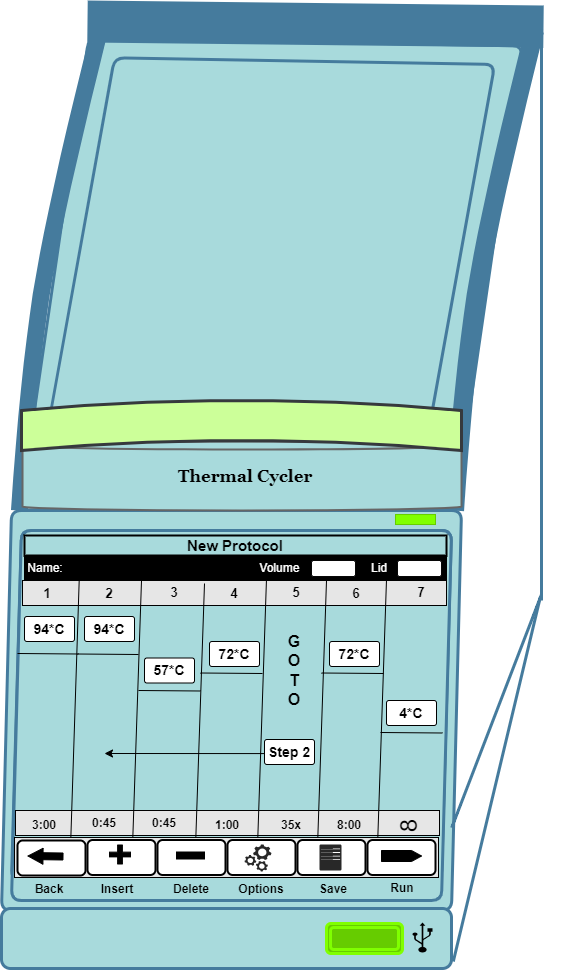
Above: experiment/simulation/images/pcr-machine.png in virtual-labs/exp-dna-pcr-iitkgp (draw.io), before the change. Source tidied: cells renumbered, new cells last; positions are measured from the earlier drawing's top-left corner, leaving out a move shared by most shapes.
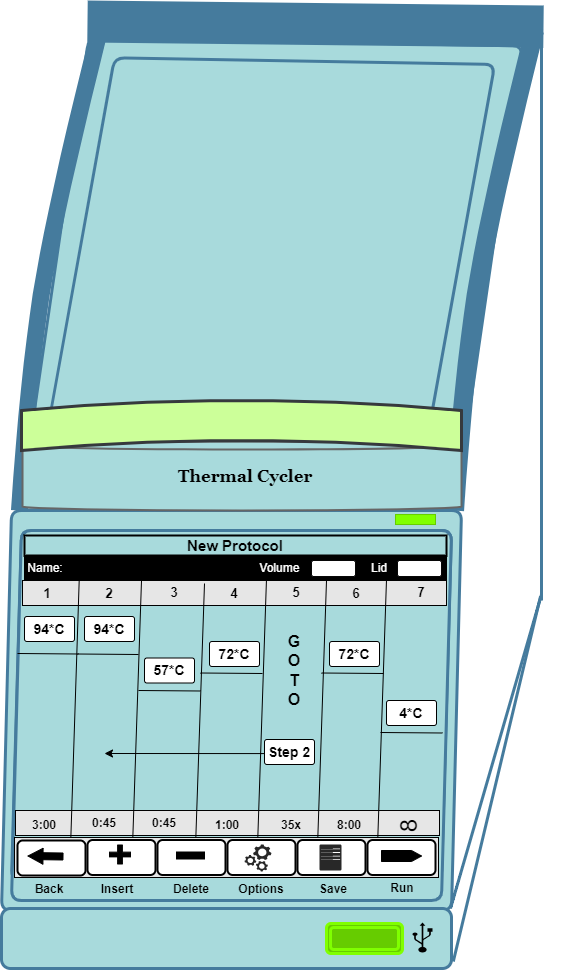
Later version of the same file.

Change to the diagram source:
```diff
@@ -48,9 +48,8 @@
     <mxCell id="9" style="shape=parallelogram;perimeter=parallelogramPerimeter;whiteSpace=wrap;html=1;fixedSize=1;size=10;strokeWidth=3;fillColor=#A8DADC;strokeColor=#457B9D;fontColor=#1D3557;rounded=1;" parent="1" vertex="1">
       <mxGeometry y="489" width="460" height="400" as="geometry" />
     </mxCell>
-    <mxCell id="10" style="endArrow=none;html=1;exitX=1;exitY=1;exitDx=0;exitDy=0;strokeWidth=3;labelBackgroundColor=#F1FAEE;strokeColor=#457B9D;fontColor=#1D3557;rounded=1;curved=1;" parent="1" edge="1">
+    <mxCell id="10" style="endArrow=none;html=1;exitX=0.976;exitY=0.995;exitDx=0;exitDy=0;strokeWidth=3;labelBackgroundColor=#F1FAEE;strokeColor=#457B9D;fontColor=#1D3557;rounded=1;curved=1;exitPerimeter=0;" parent="1" edge="1" source="9">
       <mxGeometry relative="1" as="geometry">
-        <mxPoint x="450.2" y="806.2" as="sourcePoint" />
         <mxPoint x="540" y="573" as="targetPoint" />
       </mxGeometry>
     </mxCell>
```
